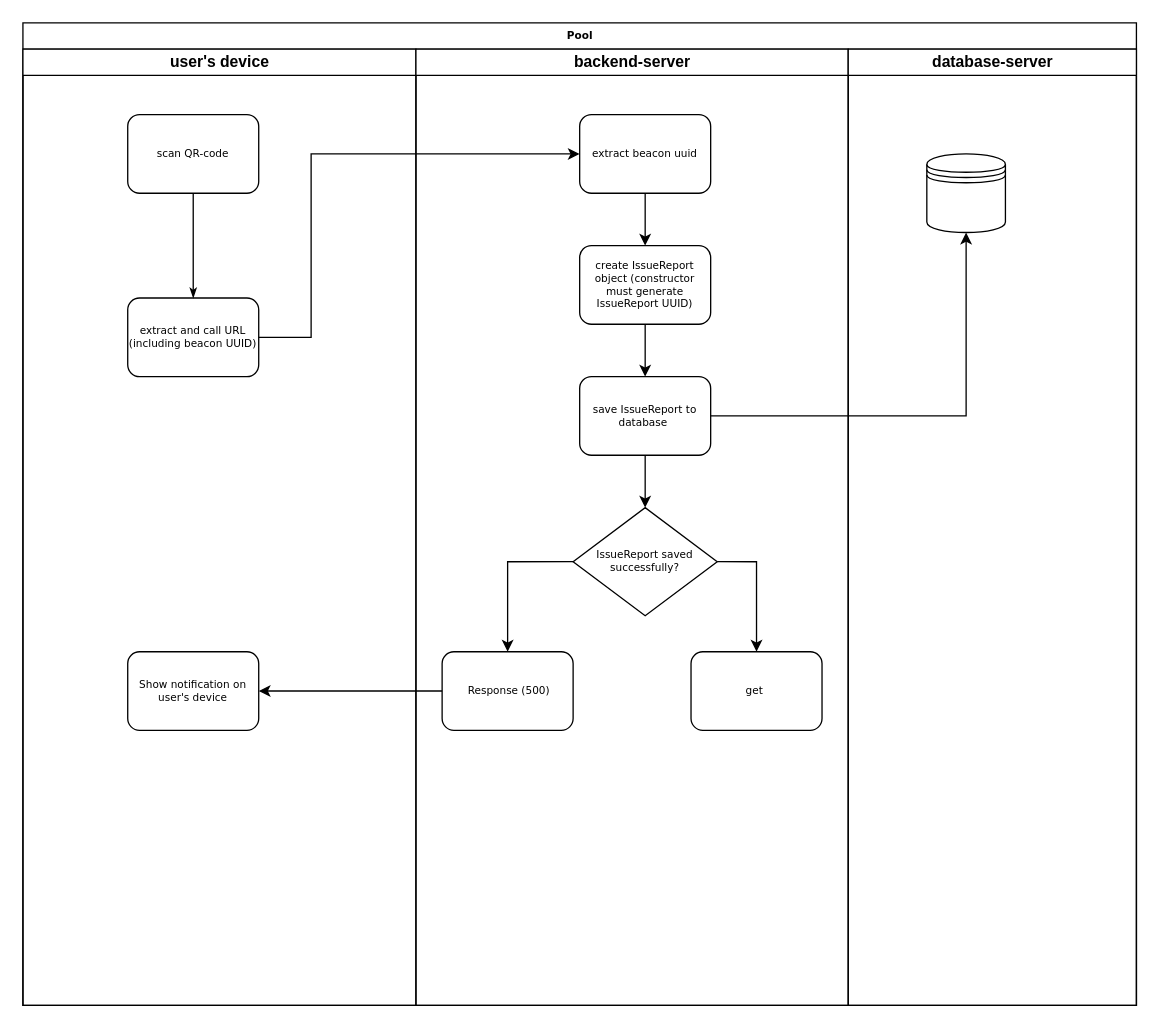
This is facility-manager-issue-reporter-workflow.drawio from MaslovD/project-zebra-diagrams, a draw.io file, before an edit. Source tidied: cells renumbered, new cells numbered last; positions are measured from the earlier drawing's top-left corner, leaving out a move shared by most shapes. Both pictures are drawn from the tidied source at 131%, with x=0, y=0 at pixel (22, 22).
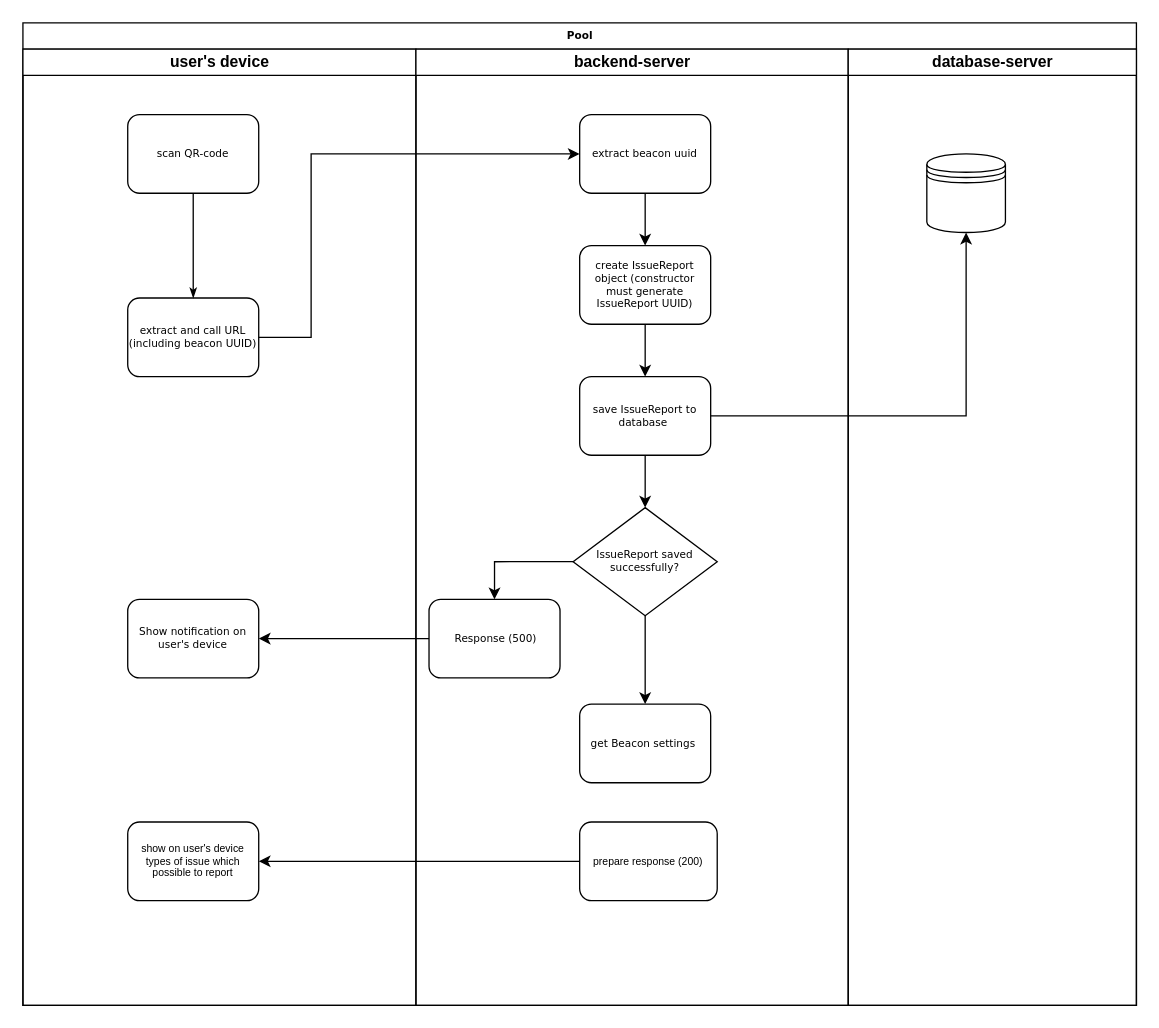
The same page after the edit.

The change refers to these unchanged cells:
```xml
<mxCell id="2" value="Pool" style="swimlane;html=1;startSize=20;rounded=0;shadow=0;labelBackgroundColor=none;strokeWidth=1;fontFamily=Verdana;fontSize=8;align=center;" parent="1" vertex="1">
  <mxGeometry width="850" height="750" as="geometry" />
</mxCell>
<mxCell id="3" value="user's device" style="swimlane;html=1;startSize=20;" parent="2" vertex="1">
  <mxGeometry y="20" width="300" height="730" as="geometry" />
</mxCell>
<mxCell id="8" value="backend-server" style="swimlane;html=1;startSize=20;" parent="2" vertex="1">
  <mxGeometry x="300" y="20" width="330" height="730" as="geometry" />
</mxCell>
<mxCell id="15" value="IssueReport saved successfully?" style="rhombus;whiteSpace=wrap;html=1;rounded=0;shadow=0;labelBackgroundColor=none;strokeWidth=1;fontFamily=Verdana;fontSize=8;align=center;" parent="8" vertex="1">
  <mxGeometry x="120" y="350" width="110" height="82.5" as="geometry" />
</mxCell>
```

What changed in the source:
```diff
@@
     <mxCell id="7" value="Show notification on user's device" style="rounded=1;whiteSpace=wrap;html=1;shadow=0;labelBackgroundColor=none;strokeWidth=1;fontFamily=Verdana;fontSize=8;align=center;" parent="3" vertex="1">
-      <mxGeometry x="80" y="460" width="100" height="60" as="geometry" />
+      <mxGeometry x="80" y="420" width="100" height="60" as="geometry" />
     </mxCell>
+    <mxCell id="25" value="show on user's device types of issue which possible to report" style="rounded=1;whiteSpace=wrap;html=1;fontSize=8;" parent="3" vertex="1">
+      <mxGeometry x="80" y="590" width="100" height="60" as="geometry" />
+    </mxCell>
@@
     <mxCell id="16" value="&amp;nbsp;Response (500)" style="rounded=1;whiteSpace=wrap;html=1;shadow=0;labelBackgroundColor=none;strokeWidth=1;fontFamily=Verdana;fontSize=8;align=center;" parent="8" vertex="1">
-      <mxGeometry x="20" y="460" width="100" height="60" as="geometry" />
+      <mxGeometry x="10" y="420" width="100" height="60" as="geometry" />
     </mxCell>
-    <mxCell id="17" style="edgeStyle=orthogonalEdgeStyle;rounded=0;jettySize=auto;html=1;exitX=0;exitY=0.5;exitDx=0;exitDy=0;" parent="8" edge="1" source="15" target="16">
+    <mxCell id="17" style="edgeStyle=orthogonalEdgeStyle;rounded=0;jettySize=auto;html=1;exitX=0;exitY=0.5;exitDx=0;exitDy=0;entryX=0.5;entryY=0;entryDx=0;entryDy=0;" parent="8" edge="1" source="15" target="16">
       <mxGeometry relative="1" as="geometry" />
     </mxCell>
-    <mxCell id="18" value="get&amp;nbsp;" style="rounded=1;whiteSpace=wrap;html=1;shadow=0;labelBackgroundColor=none;strokeWidth=1;fontFamily=Verdana;fontSize=8;align=center;" parent="8" vertex="1">
-      <mxGeometry x="210" y="460" width="100" height="60" as="geometry" />
+    <mxCell id="18" value="get Beacon settings&amp;nbsp;" style="rounded=1;whiteSpace=wrap;html=1;shadow=0;labelBackgroundColor=none;strokeWidth=1;fontFamily=Verdana;fontSize=8;align=center;" parent="8" vertex="1">
+      <mxGeometry x="125" y="500" width="100" height="60" as="geometry" />
     </mxCell>
-    <mxCell id="19" style="edgeStyle=orthogonalEdgeStyle;rounded=0;jettySize=auto;html=1;entryX=0.5;entryY=0;entryDx=0;entryDy=0;exitX=1;exitY=0.5;exitDx=0;exitDy=0;" parent="8" edge="1" source="15" target="18">
+    <mxCell id="19" style="edgeStyle=orthogonalEdgeStyle;rounded=0;jettySize=auto;html=1;entryX=0.5;entryY=0;entryDx=0;entryDy=0;" parent="8" edge="1" source="15" target="18">
       <mxGeometry relative="1" as="geometry" />
     </mxCell>
+    <mxCell id="26" value="prepare response (200)" style="rounded=1;whiteSpace=wrap;html=1;fontSize=8;" parent="8" vertex="1">
+      <mxGeometry x="125" y="590" width="105" height="60" as="geometry" />
+    </mxCell>
@@
+    <mxCell id="27" style="edgeStyle=orthogonalEdgeStyle;rounded=0;jettySize=auto;html=1;" parent="2" edge="1" source="26" target="25">
+      <mxGeometry relative="1" as="geometry" />
+    </mxCell>
```
